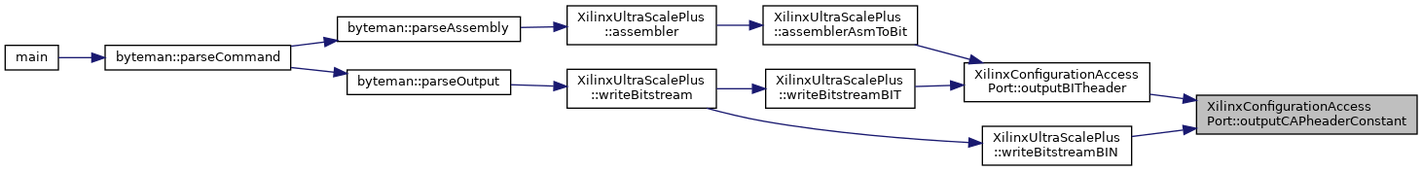
FPGA-Research-Manchester/byteman keeps this Graphviz diagram as classXilinxConfigurationAccessPort_a64029ac1ea70312a6a2deee735fe4018_icgraph.png. Above is the earlier version. Its source is kept beside it as classXilinxConfigurationAccessPort_a64029ac1ea70312a6a2deee735fe4018_icgraph.dot.
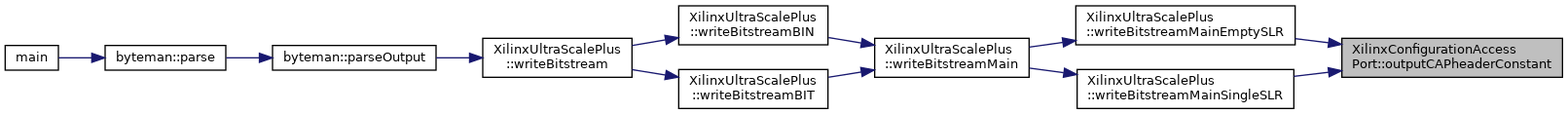
Above is the later version.

Diff of the diagram source:
```diff
@@ -5,25 +5,23 @@
   rankdir="RL";
   Node1 [label="XilinxConfigurationAccess\lPort::outputCAPheaderConstant",height=0.2,width=0.4,color="black", fillcolor="grey75", style="filled", fontcolor="black",tooltip=" "];
   Node1 -> Node2 [dir="back",color="midnightblue",fontsize="10",style="solid",fontname="Helvetica"];
-  Node2 [label="XilinxConfigurationAccess\lPort::outputBITheader",height=0.2,width=0.4,color="black", fillcolor="white", style="filled",URL="$classXilinxConfigurationAccessPort.html#a80c8f1b9404adad15c0eb26612e0f028",tooltip=" "];
+  Node2 [label="XilinxUltraScalePlus\l::writeBitstreamMainEmptySLR",height=0.2,width=0.4,color="black", fillcolor="white", style="filled",URL="$classXilinxUltraScalePlus.html#a9c88e1cc4400a4f80a7757536442a193",tooltip=" "];
   Node2 -> Node3 [dir="back",color="midnightblue",fontsize="10",style="solid",fontname="Helvetica"];
-  Node3 [label="XilinxUltraScalePlus\l::assemblerAsmToBit",height=0.2,width=0.4,color="black", fillcolor="white", style="filled",URL="$classXilinxUltraScalePlus.html#a058802c627c4177c6fd88ca079551207",tooltip=" "];
+  Node3 [label="XilinxUltraScalePlus\l::writeBitstreamMain",height=0.2,width=0.4,color="black", fillcolor="white", style="filled",URL="$classXilinxUltraScalePlus.html#afcd0f828eff528d0c178a5e473ee2181",tooltip=" "];
   Node3 -> Node4 [dir="back",color="midnightblue",fontsize="10",style="solid",fontname="Helvetica"];
-  Node4 [label="XilinxUltraScalePlus\l::assembler",height=0.2,width=0.4,color="black", fillcolor="white", style="filled",URL="$classXilinxUltraScalePlus.html#a53e5f6ec962f1f2a961f90b8b9e90e10",tooltip=" "];
+  Node4 [label="XilinxUltraScalePlus\l::writeBitstreamBIN",height=0.2,width=0.4,color="black", fillcolor="white", style="filled",URL="$classXilinxUltraScalePlus.html#ab32b8ddf6ed62003568932d9167f7231",tooltip=" "];
   Node4 -> Node5 [dir="back",color="midnightblue",fontsize="10",style="solid",fontname="Helvetica"];
-  Node5 [label="byteman::parseAssembly",height=0.2,width=0.4,color="black", fillcolor="white", style="filled",URL="$classbyteman.html#a5e7f2e31d95626075a6ce22b54ecbbf8",tooltip=" "];
+  Node5 [label="XilinxUltraScalePlus\l::writeBitstream",height=0.2,width=0.4,color="black", fillcolor="white", style="filled",URL="$classXilinxUltraScalePlus.html#a7f2a7c34766d004adc6f1cfe1bdd62e7",tooltip=" "];
   Node5 -> Node6 [dir="back",color="midnightblue",fontsize="10",style="solid",fontname="Helvetica"];
-  Node6 [label="byteman::parseCommand",height=0.2,width=0.4,color="black", fillcolor="white", style="filled",URL="$classbyteman.html#a97ad2d6b20a10ddb0dd8d373159eea4e",tooltip=" "];
+  Node6 [label="byteman::parseOutput",height=0.2,width=0.4,color="black", fillcolor="white", style="filled",URL="$classbyteman.html#a2ff1e5c9e9b542e9f74768b296ace32f",tooltip=" "];
   Node6 -> Node7 [dir="back",color="midnightblue",fontsize="10",style="solid",fontname="Helvetica"];
-  Node7 [label="main",height=0.2,width=0.4,color="black", fillcolor="white", style="filled",URL="$byteman_8cpp.html#a0ddf1224851353fc92bfbff6f499fa97",tooltip=" "];
-  Node2 -> Node8 [dir="back",color="midnightblue",fontsize="10",style="solid",fontname="Helvetica"];
-  Node8 [label="XilinxUltraScalePlus\l::writeBitstreamBIT",height=0.2,width=0.4,color="black", fillcolor="white", style="filled",URL="$classXilinxUltraScalePlus.html#aafc764306446548f9127f3e30759af49",tooltip=" "];
-  Node8 -> Node9 [dir="back",color="midnightblue",fontsize="10",style="solid",fontname="Helvetica"];
-  Node9 [label="XilinxUltraScalePlus\l::writeBitstream",height=0.2,width=0.4,color="black", fillcolor="white", style="filled",URL="$classXilinxUltraScalePlus.html#a7f2a7c34766d004adc6f1cfe1bdd62e7",tooltip=" "];
-  Node9 -> Node10 [dir="back",color="midnightblue",fontsize="10",style="solid",fontname="Helvetica"];
-  Node10 [label="byteman::parseOutput",height=0.2,width=0.4,color="black", fillcolor="white", style="filled",URL="$classbyteman.html#a2ff1e5c9e9b542e9f74768b296ace32f",tooltip=" "];
-  Node10 -> Node6 [dir="back",color="midnightblue",fontsize="10",style="solid",fontname="Helvetica"];
-  Node1 -> Node11 [dir="back",color="midnightblue",fontsize="10",style="solid",fontname="Helvetica"];
-  Node11 [label="XilinxUltraScalePlus\l::writeBitstreamBIN",height=0.2,width=0.4,color="black", fillcolor="white", style="filled",URL="$classXilinxUltraScalePlus.html#ab32b8ddf6ed62003568932d9167f7231",tooltip=" "];
-  Node11 -> Node9 [dir="back",color="midnightblue",fontsize="10",style="solid",fontname="Helvetica"];
+  Node7 [label="byteman::parse",height=0.2,width=0.4,color="black", fillcolor="white", style="filled",URL="$classbyteman.html#a0ce0e992678e3f8b51cc5e01cea14ddb",tooltip=" "];
+  Node7 -> Node8 [dir="back",color="midnightblue",fontsize="10",style="solid",fontname="Helvetica"];
+  Node8 [label="main",height=0.2,width=0.4,color="black", fillcolor="white", style="filled",URL="$byteman_8cpp.html#a0ddf1224851353fc92bfbff6f499fa97",tooltip=" "];
+  Node3 -> Node9 [dir="back",color="midnightblue",fontsize="10",style="solid",fontname="Helvetica"];
+  Node9 [label="XilinxUltraScalePlus\l::writeBitstreamBIT",height=0.2,width=0.4,color="black", fillcolor="white", style="filled",URL="$classXilinxUltraScalePlus.html#aafc764306446548f9127f3e30759af49",tooltip=" "];
+  Node9 -> Node5 [dir="back",color="midnightblue",fontsize="10",style="solid",fontname="Helvetica"];
+  Node1 -> Node10 [dir="back",color="midnightblue",fontsize="10",style="solid",fontname="Helvetica"];
+  Node10 [label="XilinxUltraScalePlus\l::writeBitstreamMainSingleSLR",height=0.2,width=0.4,color="black", fillcolor="white", style="filled",URL="$classXilinxUltraScalePlus.html#a452023c07e40cbb6b1a5c65db8494a65",tooltip=" "];
+  Node10 -> Node3 [dir="back",color="midnightblue",fontsize="10",style="solid",fontname="Helvetica"];
 }
```
